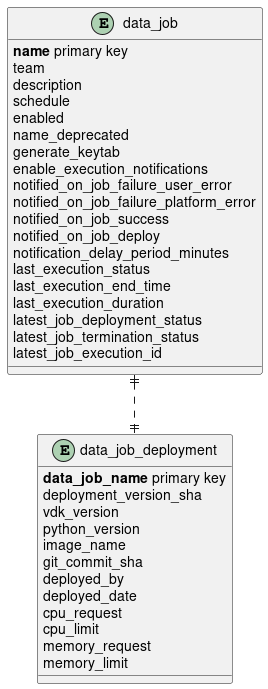
Above: specs/vep-2272-complete-data-job-configuration-persistence/database_data_model.png in vmware/versatile-data-kit (PlantUML), before the change.
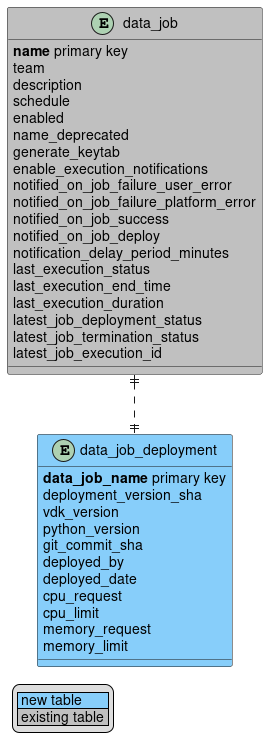
Above is the later version.

Commit message:
specs: VEP-2272 Complete Data Job Configuration Persistance Part 2

This change introduces VEP-2272, which aims at proposing an improvement
to Versatile Data Kit by switching the source of truth
from Kubernetes to a database.

Change to the diagram source:
```diff
@@ -1,5 +1,5 @@
 @startuml
-entity data_job {
+entity data_job #silver {
    **name** primary key
    team
    description
@@ -21,12 +21,11 @@
    latest_job_execution_id
 }
 
-entity data_job_deployment {
+entity data_job_deployment #LightSkyBlue {
    **data_job_name** primary key
    deployment_version_sha
    vdk_version
    python_version
-   image_name
    git_commit_sha
    deployed_by
    deployed_date
@@ -37,4 +36,9 @@
 }
 
 data_job ||..|| data_job_deployment
+
+legend bottom left
+  | <#LightSkyBlue> new table |
+  | <#silver> existing table |
+endlegend
 @enduml
```
